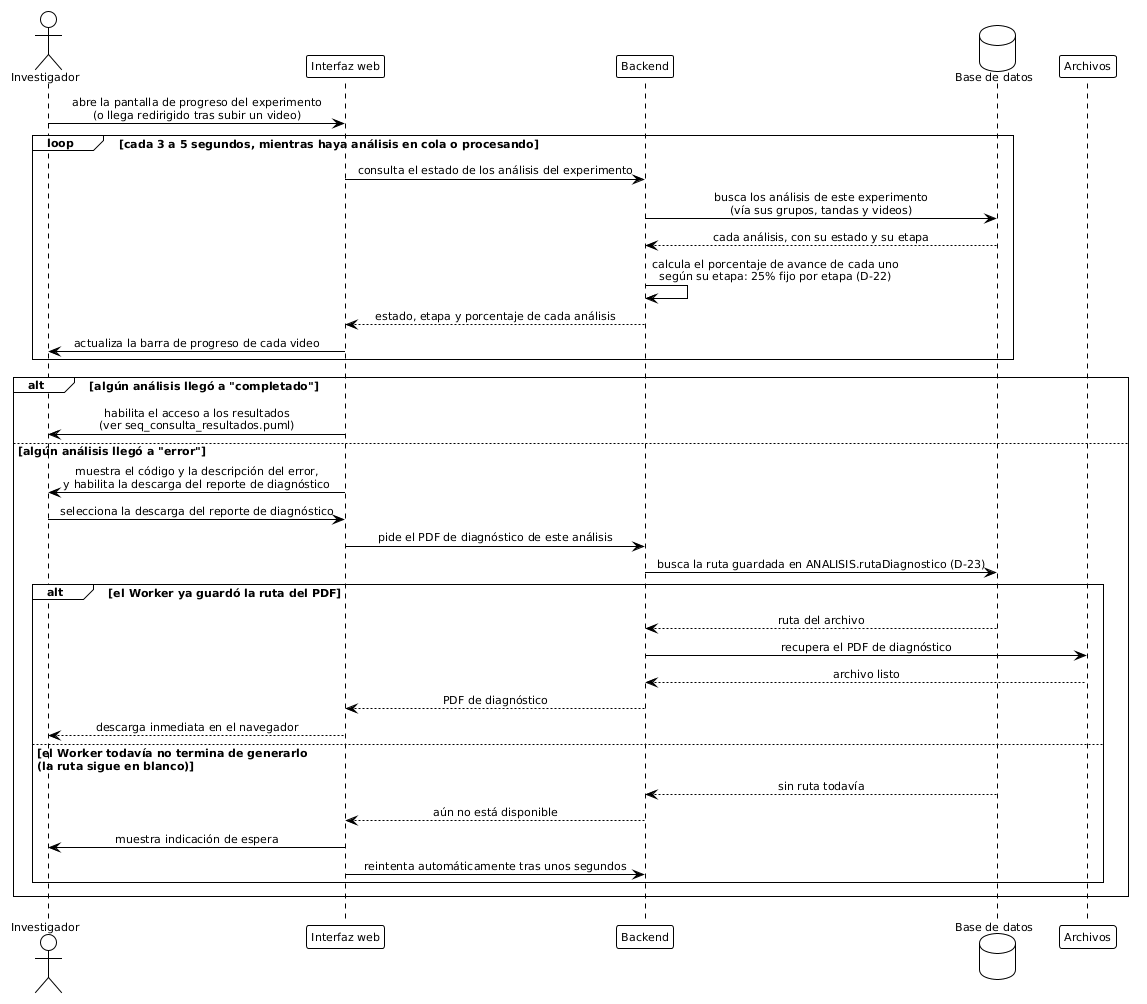
Before: figures/mermaid/seq_consulta_progreso.png, a diagram exported from PlantUML (ErickJester/fst-ai-system-latex).
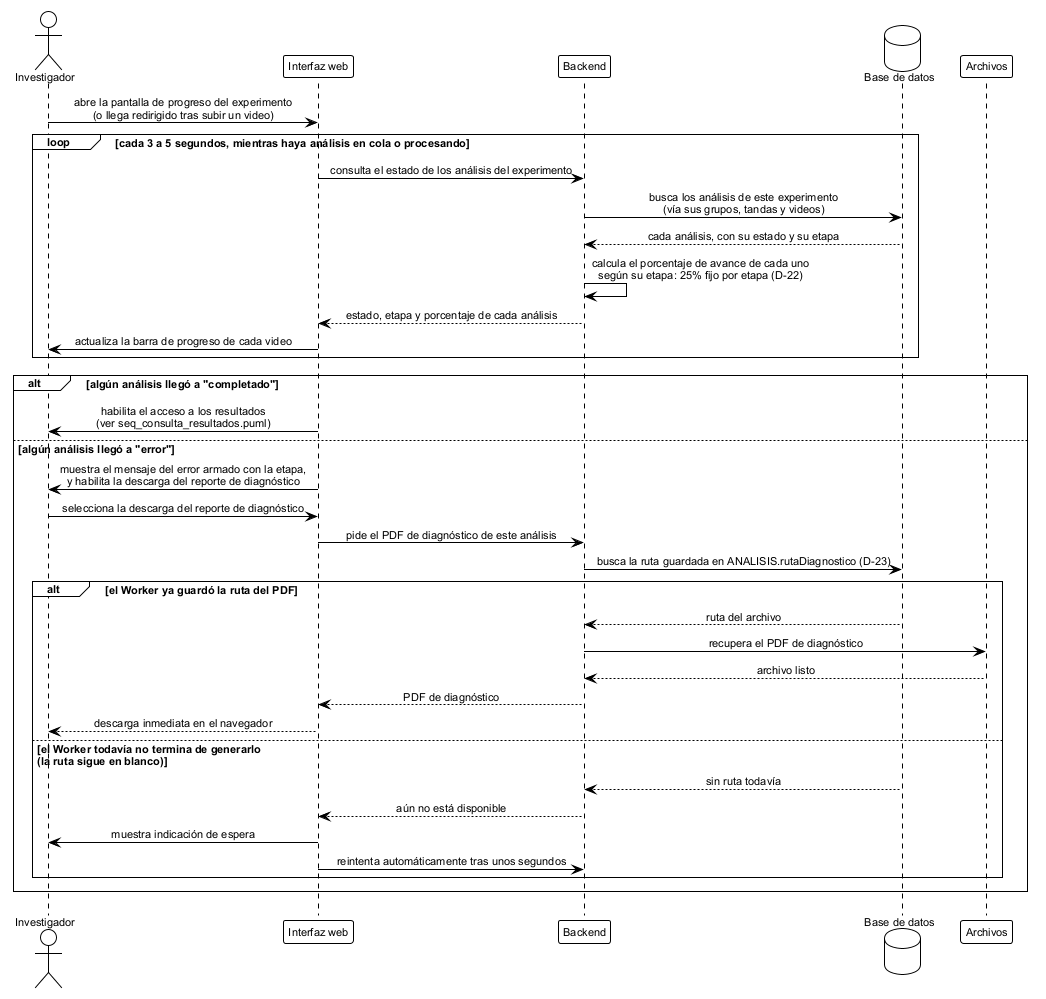
Later version of the same file.

Change to the diagram source:
```diff
@@ -1,4 +1,4 @@
-@startuml
+@startuml seq_consulta_progreso
 
 !theme plain
 skinparam defaultFontName Arial
@@ -27,7 +27,7 @@
 alt algún análisis llegó a "completado"
   ui -> inv: habilita el acceso a los resultados\n(ver seq_consulta_resultados.puml)
 else algún análisis llegó a "error"
-  ui -> inv: muestra el código y la descripción del error,\ny habilita la descarga del reporte de diagnóstico
+  ui -> inv: muestra el mensaje del error armado con la etapa,\ny habilita la descarga del reporte de diagnóstico
 
   inv -> ui: selecciona la descarga del reporte de diagnóstico
   ui -> api: pide el PDF de diagnóstico de este análisis
@@ -46,4 +46,5 @@
     ui -> api: reintenta automáticamente tras unos segundos
   end
 end
+
 @enduml
```
